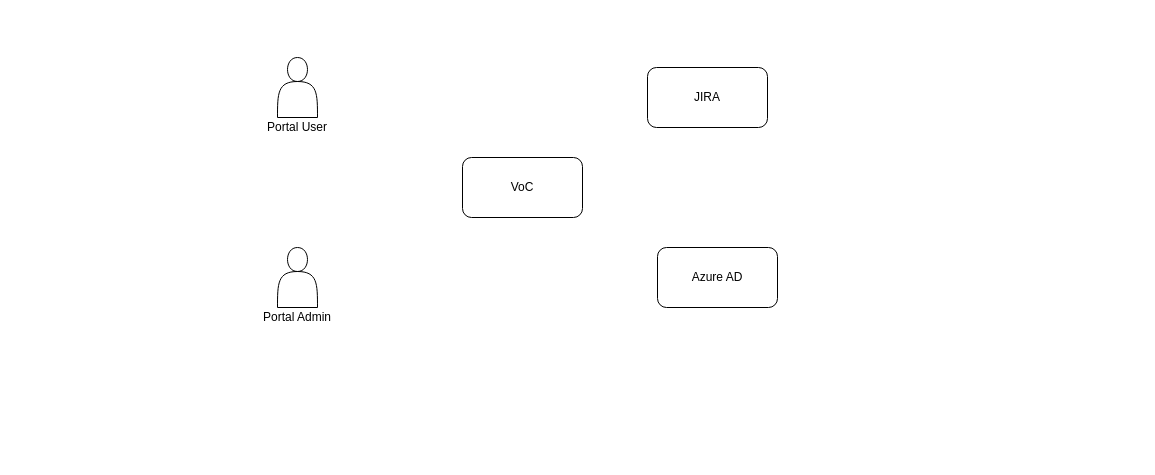
The draw.io diagram Untitled Diagram.drawio in rahulmore1/apidocs, before the edit. Source tidied: cells renumbered, new cells numbered last; positions are measured from the earlier drawing's top-left corner, leaving out a move shared by most shapes. Both pictures are drawn from the tidied source at 100%, with x=0, y=0 at pixel (252, 57).
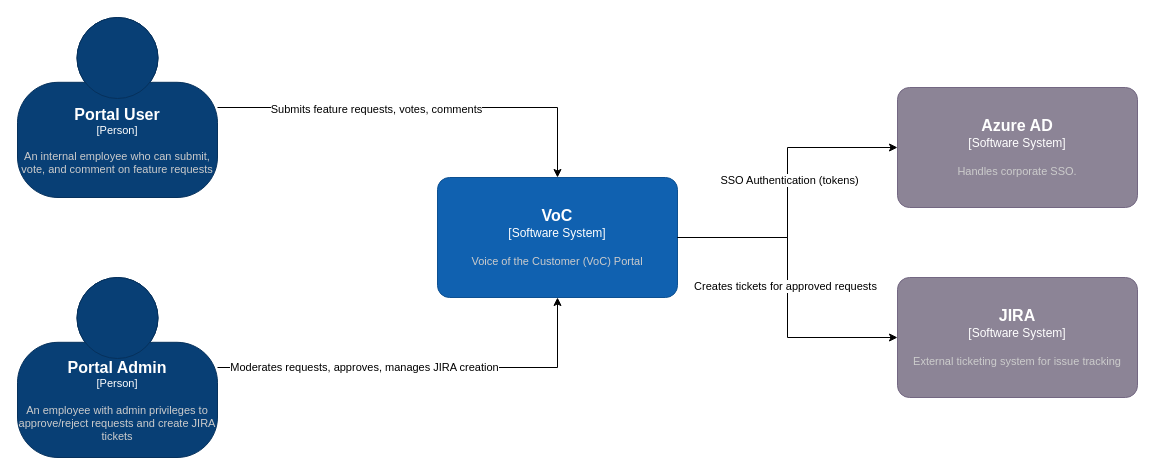
The same diagram, later.

Diff of the diagram source:
```diff
@@
-    <mxCell id="2" style="shape=actor;whiteSpace=wrap;html=1;" parent="1" vertex="1">
-      <mxGeometry x="25" width="40" height="60" as="geometry" />
-    </mxCell>
-    <mxCell id="3" style="shape=actor;whiteSpace=wrap;html=1;" parent="1" vertex="1">
-      <mxGeometry x="25" y="190" width="40" height="60" as="geometry" />
-    </mxCell>
-    <mxCell id="4" value="VoC" style="rounded=1;whiteSpace=wrap;html=1;" parent="1" vertex="1">
-      <mxGeometry x="210" y="100" width="120" height="60" as="geometry" />
-    </mxCell>
-    <mxCell id="5" value="JIRA" style="rounded=1;whiteSpace=wrap;html=1;" parent="1" vertex="1">
-      <mxGeometry x="395" y="10" width="120" height="60" as="geometry" />
-    </mxCell>
-    <mxCell id="6" value="Azure AD" style="rounded=1;whiteSpace=wrap;html=1;" parent="1" vertex="1">
-      <mxGeometry x="405" y="190" width="120" height="60" as="geometry" />
-    </mxCell>
-    <mxCell id="7" value="Portal User" style="text;html=1;align=center;verticalAlign=middle;whiteSpace=wrap;rounded=0;" parent="1" vertex="1">
-      <mxGeometry y="60" width="90" height="20" as="geometry" />
-    </mxCell>
-    <mxCell id="8" value="Portal Admin" style="text;html=1;align=center;verticalAlign=middle;whiteSpace=wrap;rounded=0;" parent="1" vertex="1">
-      <mxGeometry y="250" width="90" height="20" as="geometry" />
-    </mxCell>
+    <object id="9" label="&lt;font style=&quot;font-size: 16px&quot;&gt;&lt;b&gt;%c4Name%&lt;/b&gt;&lt;/font&gt;&lt;div&gt;[%c4Type%]&lt;/div&gt;&lt;br&gt;&lt;div&gt;&lt;font style=&quot;font-size: 11px&quot;&gt;&lt;font color=&quot;#cccccc&quot;&gt;%c4Description%&lt;/font&gt;&lt;/div&gt;" c4Description="An internal employee who can submit, vote, and comment on feature requests" c4Name="Portal User" c4Type="Person" placeholders="1">
+      <mxCell style="html=1;fontSize=11;dashed=0;whiteSpace=wrap;fillColor=#083F75;strokeColor=#06315C;fontColor=#ffffff;shape=mxgraph.c4.person2;align=center;points=[[0.5,0,0],[1,0.5,0],[1,0.75,0],[0.75,1,0],[0.5,1,0],[0.25,1,0],[0,0.75,0],[0,0.5,0]];" parent="1" vertex="1">
+        <mxGeometry x="-235" y="-40" width="200" height="180" as="geometry" />
+      </mxCell>
+    </object>
+    <object id="10" label="&lt;font style=&quot;font-size: 16px&quot;&gt;&lt;b&gt;%c4Name%&lt;/b&gt;&lt;/font&gt;&lt;div&gt;[%c4Type%]&lt;/div&gt;&lt;br&gt;&lt;div&gt;&lt;font style=&quot;font-size: 11px&quot;&gt;&lt;font color=&quot;#cccccc&quot;&gt;%c4Description%&lt;/font&gt;&lt;/div&gt;" c4Description="An employee with admin privileges to approve/reject requests and create JIRA tickets" c4Name="Portal Admin" c4Type="Person" placeholders="1">
+      <mxCell style="html=1;fontSize=11;dashed=0;whiteSpace=wrap;fillColor=#083F75;strokeColor=#06315C;fontColor=#ffffff;shape=mxgraph.c4.person2;align=center;points=[[0.5,0,0],[1,0.5,0],[1,0.75,0],[0.75,1,0],[0.5,1,0],[0.25,1,0],[0,0.75,0],[0,0.5,0]];" parent="1" vertex="1">
+        <mxGeometry x="-235" y="220" width="200" height="180" as="geometry" />
+      </mxCell>
+    </object>
+    <object id="11" label="&lt;font style=&quot;font-size: 16px&quot;&gt;&lt;b&gt;%c4Name%&lt;/b&gt;&lt;/font&gt;&lt;div&gt;[%c4Type%]&lt;/div&gt;&lt;br&gt;&lt;div&gt;&lt;font style=&quot;font-size: 11px&quot;&gt;&lt;font color=&quot;#cccccc&quot;&gt;%c4Description%&lt;/font&gt;&lt;/div&gt;" c4Description="Voice of the Customer (VoC) Portal" c4Name="VoC" c4Type="Software System" placeholders="1">
+      <mxCell style="rounded=1;whiteSpace=wrap;html=1;labelBackgroundColor=none;fillColor=#1061B0;fontColor=#ffffff;align=center;arcSize=10;strokeColor=#0D5091;points=[[0.25,0,0],[0.5,0,0],[0.75,0,0],[1,0.25,0],[1,0.5,0],[1,0.75,0],[0.75,1,0],[0.5,1,0],[0.25,1,0],[0,0.75,0],[0,0.5,0],[0,0.25,0]];" parent="1" vertex="1">
+        <mxGeometry x="185" y="120" width="240" height="120" as="geometry" />
+      </mxCell>
+    </object>
+    <object id="12" label="&lt;font style=&quot;font-size: 16px&quot;&gt;&lt;b&gt;%c4Name%&lt;/b&gt;&lt;/font&gt;&lt;div&gt;[%c4Type%]&lt;/div&gt;&lt;br&gt;&lt;div&gt;&lt;font style=&quot;font-size: 11px&quot;&gt;&lt;font color=&quot;#cccccc&quot;&gt;%c4Description%&lt;/font&gt;&lt;/div&gt;" c4Description="Handles corporate SSO." c4Name="Azure AD" c4Type="Software System" placeholders="1">
+      <mxCell style="rounded=1;whiteSpace=wrap;html=1;labelBackgroundColor=none;fillColor=#8C8496;fontColor=#ffffff;align=center;arcSize=10;strokeColor=#736782;points=[[0.25,0,0],[0.5,0,0],[0.75,0,0],[1,0.25,0],[1,0.5,0],[1,0.75,0],[0.75,1,0],[0.5,1,0],[0.25,1,0],[0,0.75,0],[0,0.5,0],[0,0.25,0]];" parent="1" vertex="1">
+        <mxGeometry x="645" y="30" width="240" height="120" as="geometry" />
+      </mxCell>
+    </object>
+    <object id="13" label="&lt;font style=&quot;font-size: 16px&quot;&gt;&lt;b&gt;%c4Name%&lt;/b&gt;&lt;/font&gt;&lt;div&gt;[%c4Type%]&lt;/div&gt;&lt;br&gt;&lt;div&gt;&lt;font style=&quot;font-size: 11px&quot;&gt;&lt;font color=&quot;#cccccc&quot;&gt;%c4Description%&lt;/font&gt;&lt;/div&gt;" c4Description="External ticketing system for issue tracking" c4Name="JIRA" c4Type="Software System" placeholders="1">
+      <mxCell style="rounded=1;whiteSpace=wrap;html=1;labelBackgroundColor=none;fillColor=#8C8496;fontColor=#ffffff;align=center;arcSize=10;strokeColor=#736782;points=[[0.25,0,0],[0.5,0,0],[0.75,0,0],[1,0.25,0],[1,0.5,0],[1,0.75,0],[0.75,1,0],[0.5,1,0],[0.25,1,0],[0,0.75,0],[0,0.5,0],[0,0.25,0]];" parent="1" vertex="1">
+        <mxGeometry x="645" y="220" width="240" height="120" as="geometry" />
+      </mxCell>
+    </object>
+    <mxCell id="14" style="edgeStyle=orthogonalEdgeStyle;rounded=0;jettySize=auto;html=1;entryX=0.5;entryY=0;entryDx=0;entryDy=0;entryPerimeter=0;" parent="1" edge="1" source="9" target="11">
+      <mxGeometry relative="1" as="geometry" />
+    </mxCell>
+    <mxCell id="15" value="Submits feature requests, votes, comments" style="edgeLabel;html=1;align=center;verticalAlign=middle;" parent="14" vertex="1">
+      <mxGeometry x="-0.23" relative="1" as="geometry">
+        <mxPoint y="1" as="offset" />
+      </mxGeometry>
+    </mxCell>
+    <mxCell id="16" style="edgeStyle=orthogonalEdgeStyle;rounded=0;jettySize=auto;html=1;entryX=0.5;entryY=1;entryDx=0;entryDy=0;entryPerimeter=0;" parent="1" edge="1" source="10" target="11">
+      <mxGeometry relative="1" as="geometry" />
+    </mxCell>
+    <mxCell id="17" value="Moderates requests, approves, manages JIRA creation" style="edgeLabel;html=1;align=center;verticalAlign=middle;" parent="16" vertex="1">
+      <mxGeometry x="-0.29" y="2" relative="1" as="geometry">
+        <mxPoint y="1" as="offset" />
+      </mxGeometry>
+    </mxCell>
+    <mxCell id="18" style="edgeStyle=orthogonalEdgeStyle;rounded=0;jettySize=auto;html=1;entryX=0;entryY=0.5;entryDx=0;entryDy=0;entryPerimeter=0;" parent="1" edge="1" source="11" target="12">
+      <mxGeometry relative="1" as="geometry" />
+    </mxCell>
+    <mxCell id="19" value="SSO Authentication (tokens)" style="edgeLabel;html=1;align=center;verticalAlign=middle;" parent="18" vertex="1">
+      <mxGeometry x="0.09" y="-1" relative="1" as="geometry">
+        <mxPoint y="1" as="offset" />
+      </mxGeometry>
+    </mxCell>
+    <mxCell id="20" style="edgeStyle=orthogonalEdgeStyle;rounded=0;jettySize=auto;html=1;entryX=0;entryY=0.5;entryDx=0;entryDy=0;entryPerimeter=0;" parent="1" edge="1" source="11" target="13">
+      <mxGeometry relative="1" as="geometry" />
+    </mxCell>
+    <mxCell id="21" value="Creates tickets for approved requests" style="edgeLabel;html=1;align=center;verticalAlign=middle;" parent="20" vertex="1">
+      <mxGeometry x="-0.02" y="-3" relative="1" as="geometry">
+        <mxPoint y="1" as="offset" />
+      </mxGeometry>
+    </mxCell>
```
